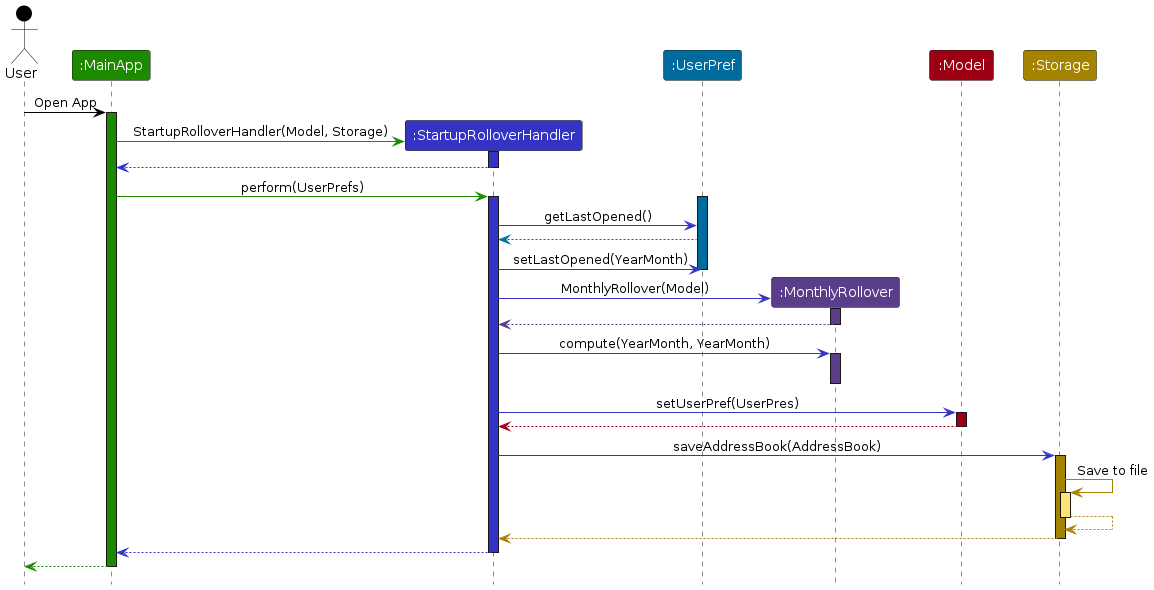
This is diagrams/MonthlyRollover.png from AY2526S1-CS2103T-W08-2/tp, a PlantUML export, as it was before one commit. Its source is kept beside it as diagrams/MonthlyRollover.puml. Its diagram source:
```plantuml
@startuml
!include style.puml
skinparam ArrowFontStyle plain

Actor User as user USER_COLOR
Participant ":MainApp" as MainApp UI_COLOR
Participant ":StartupRolloverHandler" as StartupRolloverHandler LOGIC_COLOR
Participant ":UserPref" as userpref USERPREF_COLOR
Participant ":MonthlyRollover" as monthlyrollover MONTHLYROLLOVER_COLOR
Participant ":Model" as model MODEL_COLOR
Participant ":Storage" as storage STORAGE_COLOR

user -[USER_COLOR]> MainApp : Open App
activate MainApp UI_COLOR

create StartupRolloverHandler
MainApp -[UI_COLOR]> StartupRolloverHandler : StartupRolloverHandler(Model, Storage)
activate StartupRolloverHandler LOGIC_COLOR
StartupRolloverHandler -[LOGIC_COLOR]-> MainApp
deactivate StartupRolloverHandler

MainApp -[UI_COLOR]> StartupRolloverHandler : perform(UserPrefs)
activate StartupRolloverHandler LOGIC_COLOR

activate userpref USERPREF_COLOR
StartupRolloverHandler -[LOGIC_COLOR]> userpref : getLastOpened()
userpref -[USERPREF_COLOR]-> StartupRolloverHandler

StartupRolloverHandler -[LOGIC_COLOR]> userpref : setLastOpened(YearMonth)
deactivate userpref

create monthlyrollover
StartupRolloverHandler -[LOGIC_COLOR]> monthlyrollover : MonthlyRollover(Model)
activate monthlyrollover MONTHLYROLLOVER_COLOR
monthlyrollover -[MONTHLYROLLOVER_COLOR]-> StartupRolloverHandler
deactivate monthlyrollover

StartupRolloverHandler -[LOGIC_COLOR]> monthlyrollover : compute(YearMonth, YearMonth)
activate monthlyrollover MONTHLYROLLOVER_COLOR
deactivate


StartupRolloverHandler -[LOGIC_COLOR]> model :setUserPref(UserPres)
activate model MODEL_COLOR

model -[MODEL_COLOR]-> StartupRolloverHandler
deactivate model

StartupRolloverHandler -[LOGIC_COLOR]> storage : saveAddressBook(AddressBook)
activate storage STORAGE_COLOR

storage -[STORAGE_COLOR]> storage : Save to file
activate storage STORAGE_COLOR_T1
storage --[STORAGE_COLOR]> storage
deactivate storage

storage --[STORAGE_COLOR]> StartupRolloverHandler
deactivate storage

StartupRolloverHandler --[LOGIC_COLOR]> MainApp
deactivate StartupRolloverHandler

MainApp--[UI_COLOR]> user
deactivate MainApp
@enduml
```
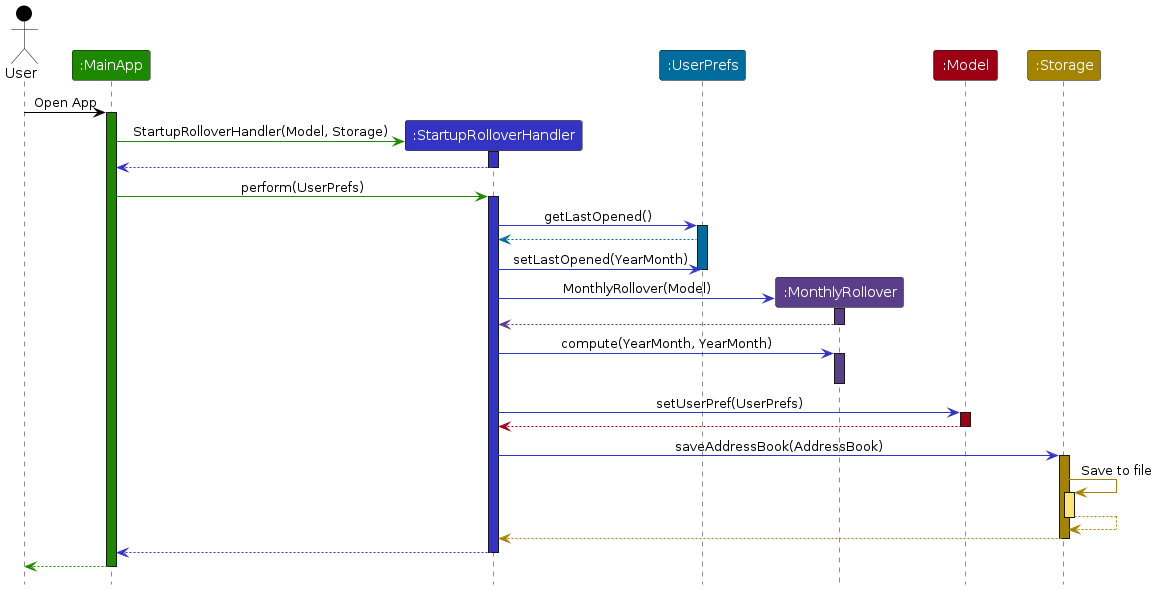
The same file after the commit.

Diff of the diagram source:
```diff
@@ -5,7 +5,7 @@
 Actor User as user USER_COLOR
 Participant ":MainApp" as MainApp UI_COLOR
 Participant ":StartupRolloverHandler" as StartupRolloverHandler LOGIC_COLOR
-Participant ":UserPref" as userpref USERPREF_COLOR
+Participant ":UserPrefs" as userpref USERPREF_COLOR
 Participant ":MonthlyRollover" as monthlyrollover MONTHLYROLLOVER_COLOR
 Participant ":Model" as model MODEL_COLOR
 Participant ":Storage" as storage STORAGE_COLOR
@@ -22,8 +22,8 @@
 MainApp -[UI_COLOR]> StartupRolloverHandler : perform(UserPrefs)
 activate StartupRolloverHandler LOGIC_COLOR
 
+StartupRolloverHandler -[LOGIC_COLOR]> userpref : getLastOpened()
 activate userpref USERPREF_COLOR
-StartupRolloverHandler -[LOGIC_COLOR]> userpref : getLastOpened()
 userpref -[USERPREF_COLOR]-> StartupRolloverHandler
 
 StartupRolloverHandler -[LOGIC_COLOR]> userpref : setLastOpened(YearMonth)
@@ -40,7 +40,7 @@
 deactivate
 
 
-StartupRolloverHandler -[LOGIC_COLOR]> model :setUserPref(UserPres)
+StartupRolloverHandler -[LOGIC_COLOR]> model :setUserPref(UserPrefs)
 activate model MODEL_COLOR
 
 model -[MODEL_COLOR]-> StartupRolloverHandler
```
